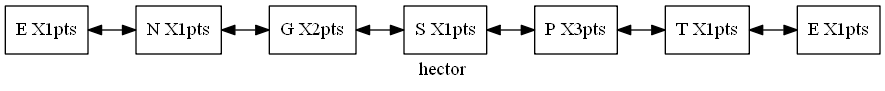
Earlier version of the Graphviz export Reportes/ListaJugador.png (hr9457/EDD_1S2020_PY1_201314296). Its source is kept beside it as ArchivosDot/ListaJugador.dot.
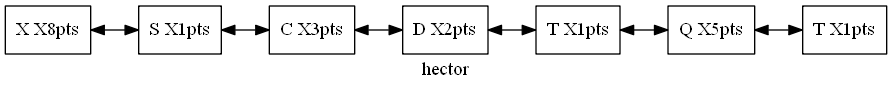
Later version of the same file.

Change to the diagram source:
```diff
@@ -1,13 +1,13 @@
 digraph Lista {
 rankdir=LR;
 node [shape=record];
-Nodo0[label="E  X1pts"]
-Nodo1[label="N  X1pts"]
-Nodo2[label="G  X2pts"]
-Nodo3[label="S  X1pts"]
-Nodo4[label="P  X3pts"]
-Nodo5[label="T  X1pts"]
-Nodo6[label="E  X1pts"]
+Nodo0[label="X  X8pts"]
+Nodo1[label="S  X1pts"]
+Nodo2[label="C  X3pts"]
+Nodo3[label="D  X2pts"]
+Nodo4[label="T  X1pts"]
+Nodo5[label="Q  X5pts"]
+Nodo6[label="T  X1pts"]
 Nodo0->Nodo1[dir=both];
 Nodo1->Nodo2[dir=both];
 Nodo2->Nodo3[dir=both];
```
